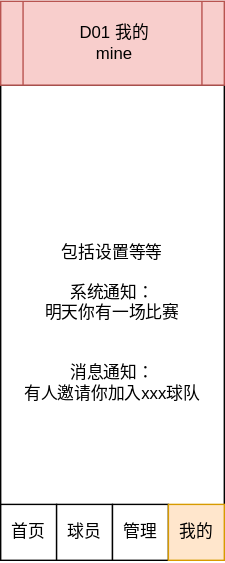
Above: docs/sprint1/UI-mine.drawio.svg in HaoyuWang141/HaoyuWang141-SUSTech-Football-Frontend (draw.io), before the change. Source tidied: cells renumbered, new cells last; positions are measured from the earlier drawing's top-left corner, leaving out a move shared by most shapes. Source of this version:
```xml
<mxGraphModel>
  <root>
    <mxCell id="0" />
    <mxCell id="1" parent="0" />
    <mxCell id="2" value="包括设置等等&lt;br&gt;&lt;br&gt;系统通知：&lt;br&gt;明天你有一场比赛&lt;br&gt;&lt;br&gt;&lt;br&gt;消息通知：&lt;br&gt;有人邀请你加入xxx球队" style="rounded=0;whiteSpace=wrap;html=1;" parent="1" vertex="1">
      <mxGeometry y="60" width="160" height="340" as="geometry" />
    </mxCell>
    <mxCell id="3" value="首页" style="rounded=0;whiteSpace=wrap;html=1;" parent="1" vertex="1">
      <mxGeometry y="360" width="40" height="40" as="geometry" />
    </mxCell>
    <mxCell id="4" value="球员" style="rounded=0;whiteSpace=wrap;html=1;" parent="1" vertex="1">
      <mxGeometry x="40" y="360" width="40" height="40" as="geometry" />
    </mxCell>
    <mxCell id="5" value="管理" style="rounded=0;whiteSpace=wrap;html=1;" parent="1" vertex="1">
      <mxGeometry x="80" y="360" width="40" height="40" as="geometry" />
    </mxCell>
    <mxCell id="6" value="我的" style="rounded=0;whiteSpace=wrap;html=1;fillColor=#ffe6cc;strokeColor=#d79b00;" parent="1" vertex="1">
      <mxGeometry x="120" y="360" width="40" height="40" as="geometry" />
    </mxCell>
    <mxCell id="7" value="D01 我的&lt;br&gt;mine" style="shape=process;whiteSpace=wrap;html=1;backgroundOutline=1;fillColor=#f8cecc;strokeColor=#b85450;" parent="1" vertex="1">
      <mxGeometry width="160" height="60" as="geometry" />
    </mxCell>
  </root>
</mxGraphModel>
```
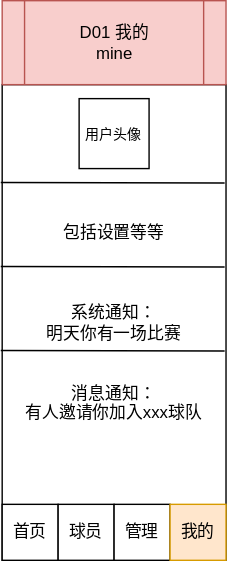
After the change.

The edit, as a diff of the source:
```diff
@@ -2,7 +2,7 @@
   <root>
     <mxCell id="0" />
     <mxCell id="1" parent="0" />
-    <mxCell id="2" value="包括设置等等&lt;br&gt;&lt;br&gt;系统通知：&lt;br&gt;明天你有一场比赛&lt;br&gt;&lt;br&gt;&lt;br&gt;消息通知：&lt;br&gt;有人邀请你加入xxx球队" style="rounded=0;whiteSpace=wrap;html=1;" parent="1" vertex="1">
+    <mxCell id="2" value="包括设置等等&lt;br&gt;&lt;br&gt;&lt;br&gt;&lt;br&gt;系统通知：&lt;br&gt;明天你有一场比赛&lt;br&gt;&lt;br&gt;&lt;br&gt;消息通知：&lt;br&gt;有人邀请你加入xxx球队" style="rounded=0;whiteSpace=wrap;html=1;" parent="1" vertex="1">
       <mxGeometry y="60" width="160" height="340" as="geometry" />
     </mxCell>
     <mxCell id="3" value="首页" style="rounded=0;whiteSpace=wrap;html=1;" parent="1" vertex="1">
@@ -20,5 +20,29 @@
     <mxCell id="7" value="D01 我的&lt;br&gt;mine" style="shape=process;whiteSpace=wrap;html=1;backgroundOutline=1;fillColor=#f8cecc;strokeColor=#b85450;" parent="1" vertex="1">
       <mxGeometry width="160" height="60" as="geometry" />
     </mxCell>
+    <mxCell id="8" style="rounded=0;whiteSpace=wrap;html=1;" parent="1" vertex="1">
+      <mxGeometry x="55" y="70" width="50" height="50" as="geometry" />
+    </mxCell>
+    <mxCell id="9" value="&lt;font style=&quot;font-size: 10px;&quot;&gt;用户头像&lt;/font&gt;" style="text;html=1;align=center;verticalAlign=middle;whiteSpace=wrap;rounded=0;" parent="1" vertex="1">
+      <mxGeometry x="50" y="80" width="60" height="30" as="geometry" />
+    </mxCell>
+    <mxCell id="10" style="endArrow=none;html=1;rounded=0;exitX=0;exitY=0.223;exitDx=0;exitDy=0;exitPerimeter=0;" parent="1" edge="1">
+      <mxGeometry relative="1" as="geometry">
+        <mxPoint x="-1" y="130" as="sourcePoint" />
+        <mxPoint x="159" y="130.3" as="targetPoint" />
+      </mxGeometry>
+    </mxCell>
+    <mxCell id="11" style="endArrow=none;html=1;rounded=0;exitX=0;exitY=0.223;exitDx=0;exitDy=0;exitPerimeter=0;" parent="1" edge="1">
+      <mxGeometry relative="1" as="geometry">
+        <mxPoint x="-1" y="250" as="sourcePoint" />
+        <mxPoint x="159" y="250.3" as="targetPoint" />
+      </mxGeometry>
+    </mxCell>
+    <mxCell id="12" style="endArrow=none;html=1;rounded=0;exitX=0;exitY=0.223;exitDx=0;exitDy=0;exitPerimeter=0;" parent="1" edge="1">
+      <mxGeometry relative="1" as="geometry">
+        <mxPoint x="-1" y="190" as="sourcePoint" />
+        <mxPoint x="159" y="190.3" as="targetPoint" />
+      </mxGeometry>
+    </mxCell>
   </root>
 </mxGraphModel>
```
